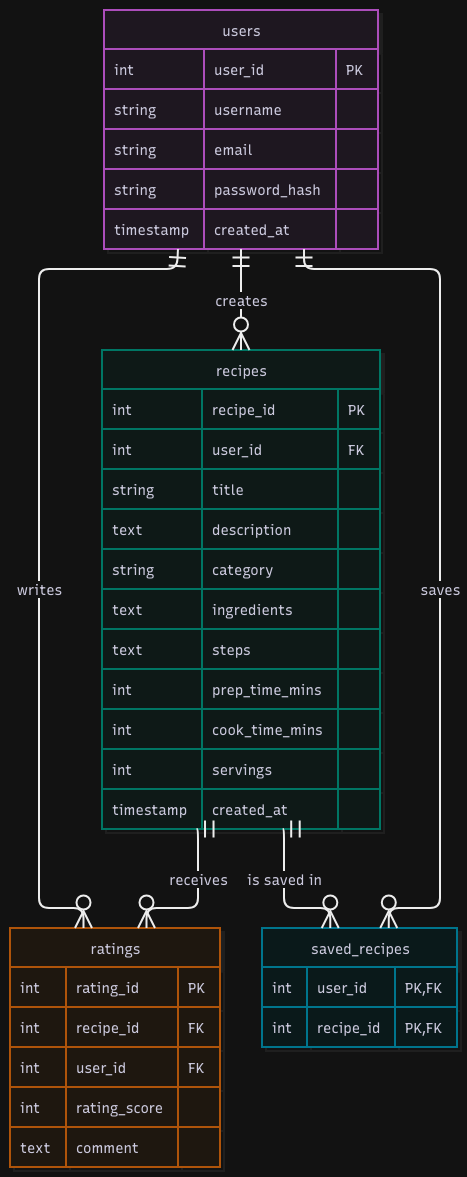
bdc-gh/CSCK543-end-of-module-assessment keeps this draw.io diagram as docs/diagrams/database-schemas.png. Above is the earlier version. Source tidied: cells renumbered, new cells last; positions are measured from the earlier drawing's top-left corner, leaving out a move shared by most shapes.
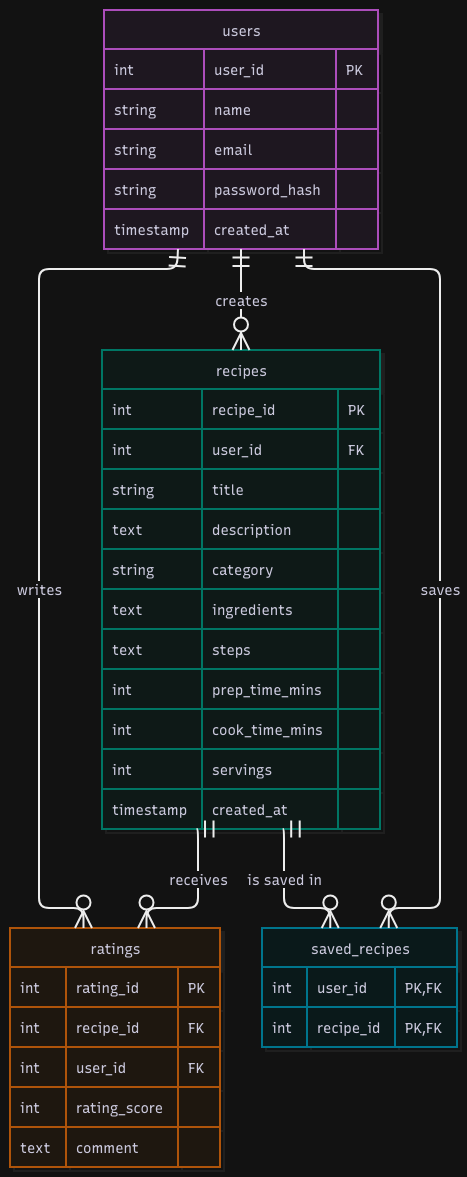
Above is the later version.

Commit message:
Updated db diagram for USERS table username field to non-unique name field

Change to the diagram source:
```diff
@@ -26,7 +26,7 @@
     <mxCell id="9" value="string" style="shape=partialRectangle;fillColor=none;strokeColor=#E879F9;strokeWidth=2;fontColor=#28253D;fontFamily=Recursive;top=1;left=1;bottom=1;right=1;align=left;spacingLeft=8;overflow=hidden;fontSize=14;fontSource=https%3A%2F%2Ffonts.googleapis.com%2Fcss%3Ffamily%3DRecursive;" parent="8" vertex="1">
       <mxGeometry width="100" height="40" as="geometry" />
     </mxCell>
-    <mxCell id="10" value="username" style="shape=partialRectangle;fillColor=none;strokeColor=#E879F9;strokeWidth=2;fontColor=#28253D;fontFamily=Recursive;top=1;left=1;bottom=1;right=1;align=left;spacingLeft=8;overflow=hidden;fontSize=14;fontSource=https%3A%2F%2Ffonts.googleapis.com%2Fcss%3Ffamily%3DRecursive;" parent="8" vertex="1">
+    <mxCell id="10" value="name" style="shape=partialRectangle;fillColor=none;strokeColor=#E879F9;strokeWidth=2;fontColor=#28253D;fontFamily=Recursive;top=1;left=1;bottom=1;right=1;align=left;spacingLeft=8;overflow=hidden;fontSize=14;fontSource=https%3A%2F%2Ffonts.googleapis.com%2Fcss%3Ffamily%3DRecursive;" parent="8" vertex="1">
       <mxGeometry x="100" width="132" height="40" as="geometry" />
     </mxCell>
     <mxCell id="11" style="shape=partialRectangle;fillColor=none;strokeColor=#E879F9;strokeWidth=2;fontColor=#28253D;fontFamily=Recursive;top=1;left=1;bottom=1;right=1;align=left;spacingLeft=8;overflow=hidden;fontSize=14;fontSource=https%3A%2F%2Ffonts.googleapis.com%2Fcss%3Ffamily%3DRecursive;" parent="8" vertex="1">
```
